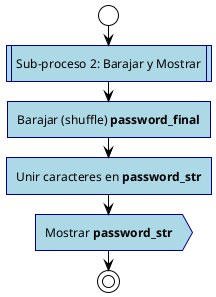
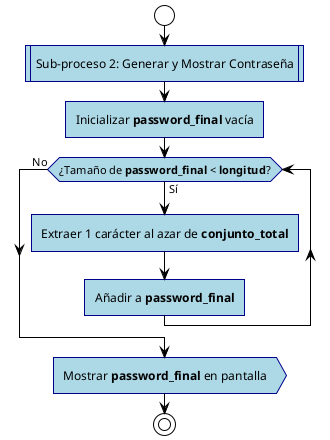
@startuml
!theme plain
skinparam roundcorner 0
skinparam activity {
  BackgroundColor lightblue
  BorderColor darkblue
  ArrowColor black
}

start
- :Sub-proceso 2: Barajar y Mostrar; <<procedure>>
+ :Sub-proceso 2: Generar y Mostrar Contraseña; <<procedure>>

- :Barajar (shuffle) **password_final**;
+ :Inicializar **password_final** vacía;

- :Unir caracteres en **password_str**;
+ while (¿Tamaño de **password_final** < **longitud**?) is (Sí)
+   :Extraer 1 carácter al azar de **conjunto_total**;
+   :Añadir a **password_final**;
+ endwhile (No)

- :Mostrar **password_str**; <<output>>
+ :Mostrar **password_final** en pantalla; <<output>>

stop
@enduml
